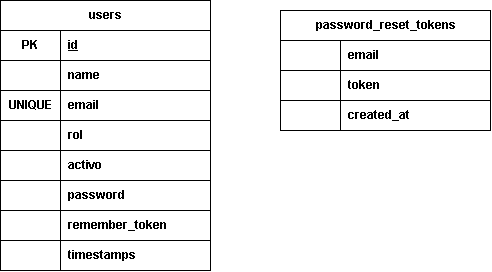
Above: docs/bd/diagrama-er.png in V-spike/sistema-web-escolar (draw.io), before the change. Source tidied: cells renumbered, new cells last; positions are measured from the earlier drawing's top-left corner, leaving out a move shared by most shapes.
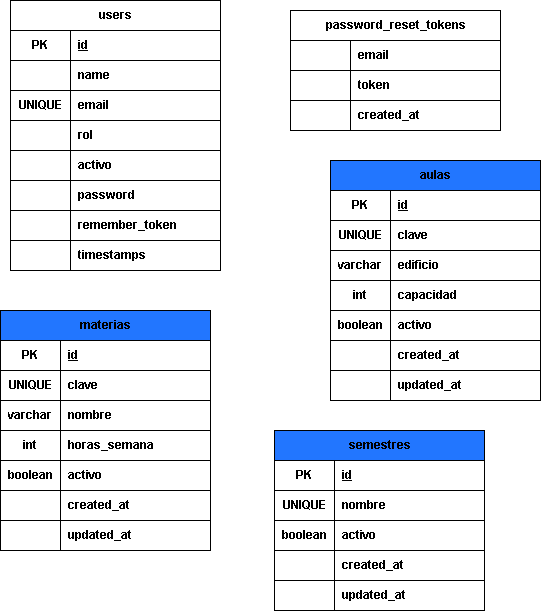
After the change.

Commit message:
T-33: diagrama ER con catálogos (#27)

The edit, as a diff of the source:
```diff
@@ -107,5 +107,185 @@
     <mxCell id="36" value="created_at" style="shape=partialRectangle;fillColor=none;top=0;left=0;bottom=0;right=0;align=left;spacingLeft=6;fontStyle=1;overflow=hidden;whiteSpace=wrap;html=1;" parent="34" vertex="1">
       <mxGeometry x="60" width="150" height="30" as="geometry" />
     </mxCell>
+    <mxCell id="37" value="semestres" style="shape=table;startSize=30;rowLines=0;fontStyle=1;align=center;html=1;fillColor=#2276FF;" parent="1" vertex="1">
+      <mxGeometry x="264" y="430" width="210" height="180" as="geometry" />
+    </mxCell>
+    <mxCell id="38" style="shape=tableRow;horizontal=0;startSize=0;swimlaneHead=0;swimlaneBody=0;fillColor=none;top=0;left=0;right=0;bottom=1;" parent="37" vertex="1">
+      <mxGeometry y="30" width="210" height="30" as="geometry" />
+    </mxCell>
+    <mxCell id="39" value="PK" style="shape=partialRectangle;fillColor=none;top=0;left=0;bottom=0;right=0;fontStyle=1;overflow=hidden;whiteSpace=wrap;html=1;" parent="38" vertex="1">
+      <mxGeometry width="60" height="30" as="geometry" />
+    </mxCell>
+    <mxCell id="40" value="id" style="shape=partialRectangle;fillColor=none;top=0;left=0;bottom=0;right=0;align=left;spacingLeft=6;fontStyle=5;overflow=hidden;whiteSpace=wrap;html=1;" parent="38" vertex="1">
+      <mxGeometry x="60" width="150" height="30" as="geometry" />
+    </mxCell>
+    <mxCell id="41" style="shape=tableRow;horizontal=0;startSize=0;swimlaneHead=0;swimlaneBody=0;fillColor=none;top=0;left=0;right=0;bottom=1;" parent="37" vertex="1">
+      <mxGeometry y="60" width="210" height="30" as="geometry" />
+    </mxCell>
+    <mxCell id="42" value="UNIQUE" style="shape=partialRectangle;fillColor=none;top=0;left=0;bottom=0;right=0;fontStyle=1;overflow=hidden;whiteSpace=wrap;html=1;" parent="41" vertex="1">
+      <mxGeometry width="60" height="30" as="geometry" />
+    </mxCell>
+    <mxCell id="43" value="nombre" style="shape=partialRectangle;fillColor=none;top=0;left=0;bottom=0;right=0;align=left;spacingLeft=6;fontStyle=1;overflow=hidden;whiteSpace=wrap;html=1;" parent="41" vertex="1">
+      <mxGeometry x="60" width="150" height="30" as="geometry" />
+    </mxCell>
+    <mxCell id="44" style="shape=tableRow;horizontal=0;startSize=0;swimlaneHead=0;swimlaneBody=0;fillColor=none;top=0;left=0;right=0;bottom=1;" parent="37" vertex="1">
+      <mxGeometry y="90" width="210" height="30" as="geometry" />
+    </mxCell>
+    <mxCell id="45" value="boolean" style="shape=partialRectangle;fillColor=none;top=0;left=0;bottom=0;right=0;fontStyle=1;overflow=hidden;whiteSpace=wrap;html=1;" parent="44" vertex="1">
+      <mxGeometry width="60" height="30" as="geometry" />
+    </mxCell>
+    <mxCell id="46" value="activo" style="shape=partialRectangle;fillColor=none;top=0;left=0;bottom=0;right=0;align=left;spacingLeft=6;fontStyle=1;overflow=hidden;whiteSpace=wrap;html=1;" parent="44" vertex="1">
+      <mxGeometry x="60" width="150" height="30" as="geometry" />
+    </mxCell>
+    <mxCell id="47" style="shape=tableRow;horizontal=0;startSize=0;swimlaneHead=0;swimlaneBody=0;fillColor=none;top=0;left=0;right=0;bottom=1;" parent="37" vertex="1">
+      <mxGeometry y="120" width="210" height="30" as="geometry" />
+    </mxCell>
+    <mxCell id="48" style="shape=partialRectangle;fillColor=none;top=0;left=0;bottom=0;right=0;fontStyle=1;overflow=hidden;whiteSpace=wrap;html=1;" parent="47" vertex="1">
+      <mxGeometry width="60" height="30" as="geometry" />
+    </mxCell>
+    <mxCell id="49" value="created_at" style="shape=partialRectangle;fillColor=none;top=0;left=0;bottom=0;right=0;align=left;spacingLeft=6;fontStyle=1;overflow=hidden;whiteSpace=wrap;html=1;" parent="47" vertex="1">
+      <mxGeometry x="60" width="150" height="30" as="geometry" />
+    </mxCell>
+    <mxCell id="50" style="shape=tableRow;horizontal=0;startSize=0;swimlaneHead=0;swimlaneBody=0;fillColor=none;top=0;left=0;right=0;bottom=1;" parent="37" vertex="1">
+      <mxGeometry y="150" width="210" height="30" as="geometry" />
+    </mxCell>
+    <mxCell id="51" style="shape=partialRectangle;fillColor=none;top=0;left=0;bottom=0;right=0;fontStyle=1;overflow=hidden;whiteSpace=wrap;html=1;" parent="50" vertex="1">
+      <mxGeometry width="60" height="30" as="geometry" />
+    </mxCell>
+    <mxCell id="52" value="updated_at" style="shape=partialRectangle;fillColor=none;top=0;left=0;bottom=0;right=0;align=left;spacingLeft=6;fontStyle=1;overflow=hidden;whiteSpace=wrap;html=1;" parent="50" vertex="1">
+      <mxGeometry x="60" width="150" height="30" as="geometry" />
+    </mxCell>
+    <mxCell id="53" value="materias" style="shape=table;startSize=30;rowLines=0;fontStyle=1;align=center;html=1;fillColor=#2276FF;" parent="1" vertex="1">
+      <mxGeometry x="-10" y="310" width="210" height="240" as="geometry" />
+    </mxCell>
+    <mxCell id="54" style="shape=tableRow;horizontal=0;startSize=0;swimlaneHead=0;swimlaneBody=0;fillColor=none;top=0;left=0;right=0;bottom=1;" parent="53" vertex="1">
+      <mxGeometry y="30" width="210" height="30" as="geometry" />
+    </mxCell>
+    <mxCell id="55" value="PK" style="shape=partialRectangle;fillColor=none;top=0;left=0;bottom=0;right=0;fontStyle=1;overflow=hidden;whiteSpace=wrap;html=1;" parent="54" vertex="1">
+      <mxGeometry width="60" height="30" as="geometry" />
+    </mxCell>
+    <mxCell id="56" value="id" style="shape=partialRectangle;fillColor=none;top=0;left=0;bottom=0;right=0;align=left;spacingLeft=6;fontStyle=5;overflow=hidden;whiteSpace=wrap;html=1;" parent="54" vertex="1">
+      <mxGeometry x="60" width="150" height="30" as="geometry" />
+    </mxCell>
+    <mxCell id="57" style="shape=tableRow;horizontal=0;startSize=0;swimlaneHead=0;swimlaneBody=0;fillColor=none;top=0;left=0;right=0;bottom=1;" parent="53" vertex="1">
+      <mxGeometry y="60" width="210" height="30" as="geometry" />
+    </mxCell>
+    <mxCell id="58" value="UNIQUE" style="shape=partialRectangle;fillColor=none;top=0;left=0;bottom=0;right=0;fontStyle=1;overflow=hidden;whiteSpace=wrap;html=1;" parent="57" vertex="1">
+      <mxGeometry width="60" height="30" as="geometry" />
+    </mxCell>
+    <mxCell id="59" value="clave" style="shape=partialRectangle;fillColor=none;top=0;left=0;bottom=0;right=0;align=left;spacingLeft=6;fontStyle=1;overflow=hidden;whiteSpace=wrap;html=1;" parent="57" vertex="1">
+      <mxGeometry x="60" width="150" height="30" as="geometry" />
+    </mxCell>
+    <mxCell id="60" style="shape=tableRow;horizontal=0;startSize=0;swimlaneHead=0;swimlaneBody=0;fillColor=none;top=0;left=0;right=0;bottom=1;" parent="53" vertex="1">
+      <mxGeometry y="90" width="210" height="30" as="geometry" />
+    </mxCell>
+    <mxCell id="61" value="varchar" style="shape=partialRectangle;fillColor=none;top=0;left=0;bottom=0;right=0;fontStyle=1;overflow=hidden;whiteSpace=wrap;html=1;" parent="60" vertex="1">
+      <mxGeometry width="60" height="30" as="geometry" />
+    </mxCell>
+    <mxCell id="62" value="nombre" style="shape=partialRectangle;fillColor=none;top=0;left=0;bottom=0;right=0;align=left;spacingLeft=6;fontStyle=1;overflow=hidden;whiteSpace=wrap;html=1;" parent="60" vertex="1">
+      <mxGeometry x="60" width="150" height="30" as="geometry" />
+    </mxCell>
+    <mxCell id="63" style="shape=tableRow;horizontal=0;startSize=0;swimlaneHead=0;swimlaneBody=0;fillColor=none;top=0;left=0;right=0;bottom=1;" parent="53" vertex="1">
+      <mxGeometry y="120" width="210" height="30" as="geometry" />
+    </mxCell>
+    <mxCell id="64" value="int" style="shape=partialRectangle;fillColor=none;top=0;left=0;bottom=0;right=0;fontStyle=1;overflow=hidden;whiteSpace=wrap;html=1;" parent="63" vertex="1">
+      <mxGeometry width="60" height="30" as="geometry" />
+    </mxCell>
+    <mxCell id="65" value="horas_semana" style="shape=partialRectangle;fillColor=none;top=0;left=0;bottom=0;right=0;align=left;spacingLeft=6;fontStyle=1;overflow=hidden;whiteSpace=wrap;html=1;" parent="63" vertex="1">
+      <mxGeometry x="60" width="150" height="30" as="geometry" />
+    </mxCell>
+    <mxCell id="66" style="shape=tableRow;horizontal=0;startSize=0;swimlaneHead=0;swimlaneBody=0;fillColor=none;top=0;left=0;right=0;bottom=1;" parent="53" vertex="1">
+      <mxGeometry y="150" width="210" height="30" as="geometry" />
+    </mxCell>
+    <mxCell id="67" value="boolean" style="shape=partialRectangle;fillColor=none;top=0;left=0;bottom=0;right=0;fontStyle=1;overflow=hidden;whiteSpace=wrap;html=1;" parent="66" vertex="1">
+      <mxGeometry width="60" height="30" as="geometry" />
+    </mxCell>
+    <mxCell id="68" value="activo" style="shape=partialRectangle;fillColor=none;top=0;left=0;bottom=0;right=0;align=left;spacingLeft=6;fontStyle=1;overflow=hidden;whiteSpace=wrap;html=1;" parent="66" vertex="1">
+      <mxGeometry x="60" width="150" height="30" as="geometry" />
+    </mxCell>
+    <mxCell id="69" style="shape=tableRow;horizontal=0;startSize=0;swimlaneHead=0;swimlaneBody=0;fillColor=none;top=0;left=0;right=0;bottom=1;" parent="53" vertex="1">
+      <mxGeometry y="180" width="210" height="30" as="geometry" />
+    </mxCell>
+    <mxCell id="70" style="shape=partialRectangle;fillColor=none;top=0;left=0;bottom=0;right=0;fontStyle=1;overflow=hidden;whiteSpace=wrap;html=1;" parent="69" vertex="1">
+      <mxGeometry width="60" height="30" as="geometry" />
+    </mxCell>
+    <mxCell id="71" value="created_at" style="shape=partialRectangle;fillColor=none;top=0;left=0;bottom=0;right=0;align=left;spacingLeft=6;fontStyle=1;overflow=hidden;whiteSpace=wrap;html=1;" parent="69" vertex="1">
+      <mxGeometry x="60" width="150" height="30" as="geometry" />
+    </mxCell>
+    <mxCell id="72" style="shape=tableRow;horizontal=0;startSize=0;swimlaneHead=0;swimlaneBody=0;fillColor=none;top=0;left=0;right=0;bottom=1;" parent="53" vertex="1">
+      <mxGeometry y="210" width="210" height="30" as="geometry" />
+    </mxCell>
+    <mxCell id="73" style="shape=partialRectangle;fillColor=none;top=0;left=0;bottom=0;right=0;fontStyle=1;overflow=hidden;whiteSpace=wrap;html=1;" parent="72" vertex="1">
+      <mxGeometry width="60" height="30" as="geometry" />
+    </mxCell>
+    <mxCell id="74" value="updated_at" style="shape=partialRectangle;fillColor=none;top=0;left=0;bottom=0;right=0;align=left;spacingLeft=6;fontStyle=1;overflow=hidden;whiteSpace=wrap;html=1;" parent="72" vertex="1">
+      <mxGeometry x="60" width="150" height="30" as="geometry" />
+    </mxCell>
+    <mxCell id="75" value="aulas" style="shape=table;startSize=30;rowLines=0;fontStyle=1;align=center;html=1;fillColor=#2276FF;" parent="1" vertex="1">
+      <mxGeometry x="320" y="160" width="210" height="240" as="geometry" />
+    </mxCell>
+    <mxCell id="76" style="shape=tableRow;horizontal=0;startSize=0;swimlaneHead=0;swimlaneBody=0;fillColor=none;top=0;left=0;right=0;bottom=1;" parent="75" vertex="1">
+      <mxGeometry y="30" width="210" height="30" as="geometry" />
+    </mxCell>
+    <mxCell id="77" value="PK" style="shape=partialRectangle;fillColor=none;top=0;left=0;bottom=0;right=0;fontStyle=1;overflow=hidden;whiteSpace=wrap;html=1;" parent="76" vertex="1">
+      <mxGeometry width="60" height="30" as="geometry" />
+    </mxCell>
+    <mxCell id="78" value="id" style="shape=partialRectangle;fillColor=none;top=0;left=0;bottom=0;right=0;align=left;spacingLeft=6;fontStyle=5;overflow=hidden;whiteSpace=wrap;html=1;" parent="76" vertex="1">
+      <mxGeometry x="60" width="150" height="30" as="geometry" />
+    </mxCell>
+    <mxCell id="79" style="shape=tableRow;horizontal=0;startSize=0;swimlaneHead=0;swimlaneBody=0;fillColor=none;top=0;left=0;right=0;bottom=1;" parent="75" vertex="1">
+      <mxGeometry y="60" width="210" height="30" as="geometry" />
+    </mxCell>
+    <mxCell id="80" value="UNIQUE" style="shape=partialRectangle;fillColor=none;top=0;left=0;bottom=0;right=0;fontStyle=1;overflow=hidden;whiteSpace=wrap;html=1;" parent="79" vertex="1">
+      <mxGeometry width="60" height="30" as="geometry" />
+    </mxCell>
+    <mxCell id="81" value="clave" style="shape=partialRectangle;fillColor=none;top=0;left=0;bottom=0;right=0;align=left;spacingLeft=6;fontStyle=1;overflow=hidden;whiteSpace=wrap;html=1;" parent="79" vertex="1">
+      <mxGeometry x="60" width="150" height="30" as="geometry" />
+    </mxCell>
+    <mxCell id="82" style="shape=tableRow;horizontal=0;startSize=0;swimlaneHead=0;swimlaneBody=0;fillColor=none;top=0;left=0;right=0;bottom=1;" parent="75" vertex="1">
+      <mxGeometry y="90" width="210" height="30" as="geometry" />
+    </mxCell>
+    <mxCell id="83" value="varchar" style="shape=partialRectangle;fillColor=none;top=0;left=0;bottom=0;right=0;fontStyle=1;overflow=hidden;whiteSpace=wrap;html=1;" parent="82" vertex="1">
+      <mxGeometry width="60" height="30" as="geometry" />
+    </mxCell>
+    <mxCell id="84" value="edificio" style="shape=partialRectangle;fillColor=none;top=0;left=0;bottom=0;right=0;align=left;spacingLeft=6;fontStyle=1;overflow=hidden;whiteSpace=wrap;html=1;" parent="82" vertex="1">
+      <mxGeometry x="60" width="150" height="30" as="geometry" />
+    </mxCell>
+    <mxCell id="85" style="shape=tableRow;horizontal=0;startSize=0;swimlaneHead=0;swimlaneBody=0;fillColor=none;top=0;left=0;right=0;bottom=1;" parent="75" vertex="1">
+      <mxGeometry y="120" width="210" height="30" as="geometry" />
+    </mxCell>
+    <mxCell id="86" value="int" style="shape=partialRectangle;fillColor=none;top=0;left=0;bottom=0;right=0;fontStyle=1;overflow=hidden;whiteSpace=wrap;html=1;" parent="85" vertex="1">
+      <mxGeometry width="60" height="30" as="geometry" />
+    </mxCell>
+    <mxCell id="87" value="capacidad" style="shape=partialRectangle;fillColor=none;top=0;left=0;bottom=0;right=0;align=left;spacingLeft=6;fontStyle=1;overflow=hidden;whiteSpace=wrap;html=1;" parent="85" vertex="1">
+      <mxGeometry x="60" width="150" height="30" as="geometry" />
+    </mxCell>
+    <mxCell id="88" style="shape=tableRow;horizontal=0;startSize=0;swimlaneHead=0;swimlaneBody=0;fillColor=none;top=0;left=0;right=0;bottom=1;" parent="75" vertex="1">
+      <mxGeometry y="150" width="210" height="30" as="geometry" />
+    </mxCell>
+    <mxCell id="89" value="boolean" style="shape=partialRectangle;fillColor=none;top=0;left=0;bottom=0;right=0;fontStyle=1;overflow=hidden;whiteSpace=wrap;html=1;" parent="88" vertex="1">
+      <mxGeometry width="60" height="30" as="geometry" />
+    </mxCell>
+    <mxCell id="90" value="activo" style="shape=partialRectangle;fillColor=none;top=0;left=0;bottom=0;right=0;align=left;spacingLeft=6;fontStyle=1;overflow=hidden;whiteSpace=wrap;html=1;" parent="88" vertex="1">
+      <mxGeometry x="60" width="150" height="30" as="geometry" />
+    </mxCell>
+    <mxCell id="91" style="shape=tableRow;horizontal=0;startSize=0;swimlaneHead=0;swimlaneBody=0;fillColor=none;top=0;left=0;right=0;bottom=1;" parent="75" vertex="1">
+      <mxGeometry y="180" width="210" height="30" as="geometry" />
+    </mxCell>
+    <mxCell id="92" style="shape=partialRectangle;fillColor=none;top=0;left=0;bottom=0;right=0;fontStyle=1;overflow=hidden;whiteSpace=wrap;html=1;" parent="91" vertex="1">
+      <mxGeometry width="60" height="30" as="geometry" />
+    </mxCell>
+    <mxCell id="93" value="created_at" style="shape=partialRectangle;fillColor=none;top=0;left=0;bottom=0;right=0;align=left;spacingLeft=6;fontStyle=1;overflow=hidden;whiteSpace=wrap;html=1;" parent="91" vertex="1">
+      <mxGeometry x="60" width="150" height="30" as="geometry" />
+    </mxCell>
+    <mxCell id="94" style="shape=tableRow;horizontal=0;startSize=0;swimlaneHead=0;swimlaneBody=0;fillColor=none;top=0;left=0;right=0;bottom=1;" parent="75" vertex="1">
+      <mxGeometry y="210" width="210" height="30" as="geometry" />
+    </mxCell>
+    <mxCell id="95" style="shape=partialRectangle;fillColor=none;top=0;left=0;bottom=0;right=0;fontStyle=1;overflow=hidden;whiteSpace=wrap;html=1;" parent="94" vertex="1">
+      <mxGeometry width="60" height="30" as="geometry" />
+    </mxCell>
+    <mxCell id="96" value="updated_at" style="shape=partialRectangle;fillColor=none;top=0;left=0;bottom=0;right=0;align=left;spacingLeft=6;fontStyle=1;overflow=hidden;whiteSpace=wrap;html=1;" parent="94" vertex="1">
+      <mxGeometry x="60" width="150" height="30" as="geometry" />
+    </mxCell>
   </root>
 </mxGraphModel>
```
